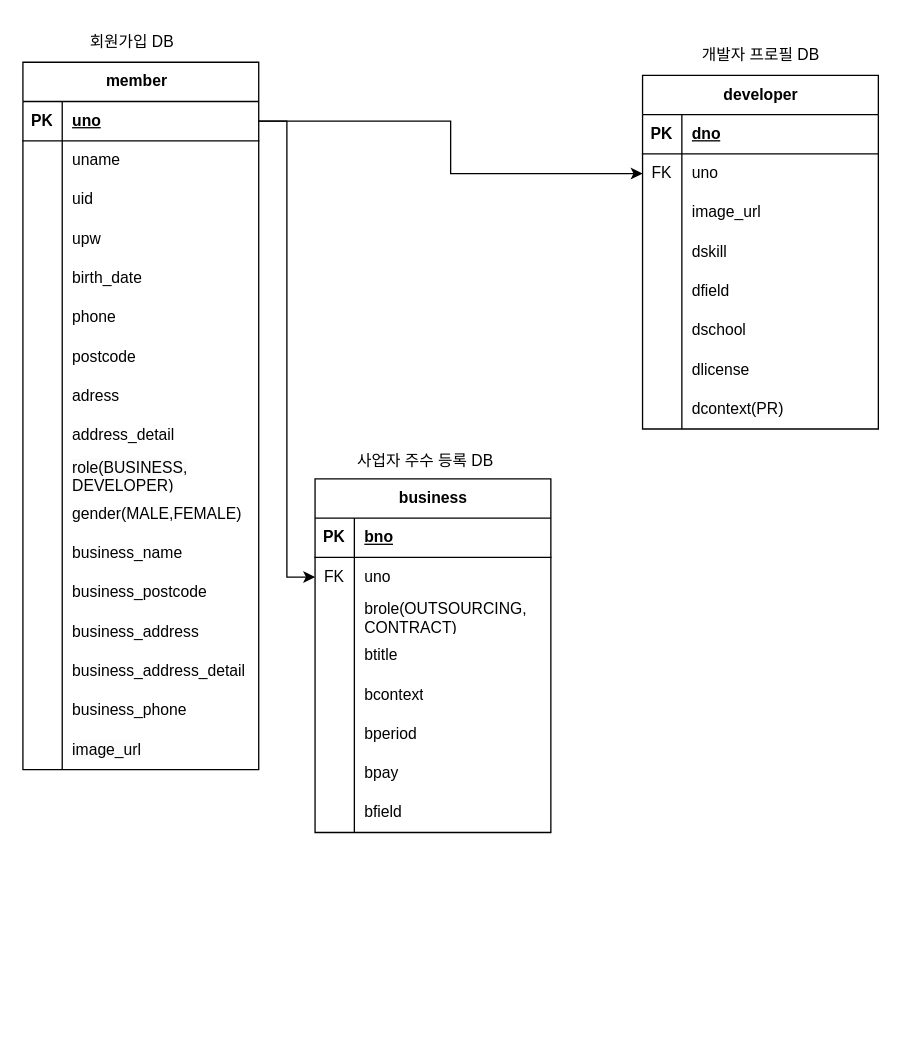
This is test.drawio from Heyjune3/ARCHITECTURE, a draw.io file, before an edit. Source tidied: cells renumbered, new cells numbered last; positions are measured from the earlier drawing's top-left corner, leaving out a move shared by most shapes. Both pictures are drawn from the tidied source at 131%, with x=0, y=0 at pixel (22, 22).
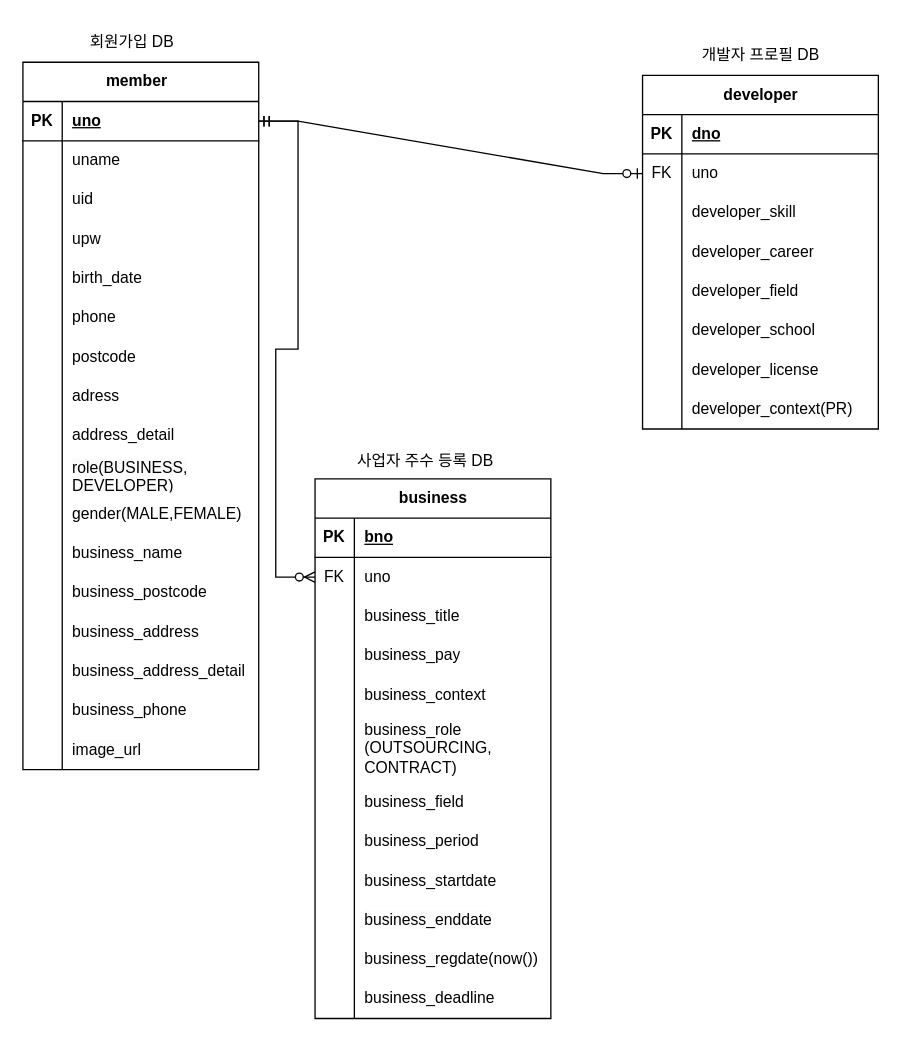
After the change.

The change refers to these unchanged cells:
```xml
<mxCell id="3" style="shape=tableRow;horizontal=0;startSize=0;swimlaneHead=0;swimlaneBody=0;fillColor=none;points=[[0,0.5],[1,0.5]];portConstraint=eastwest;top=0;left=0;right=0;bottom=1;" parent="2" vertex="1">
  <mxGeometry y="30" width="180" height="30" as="geometry" />
</mxCell>
<mxCell id="54" value="developer" style="shape=table;startSize=30;childLayout=tableLayout;rowLines=0;fontStyle=1;align=center;html=1;" parent="1" vertex="1">
  <mxGeometry x="473" y="40" width="180" height="270" as="geometry" />
</mxCell>
<mxCell id="58" style="shape=tableRow;horizontal=0;startSize=0;swimlaneHead=0;swimlaneBody=0;fillColor=none;points=[[0,0.5],[1,0.5]];portConstraint=eastwest;top=0;left=0;right=0;bottom=0;" parent="54" vertex="1">
  <mxGeometry y="60" width="180" height="30" as="geometry" />
</mxCell>
<mxCell id="67" style="shape=tableRow;horizontal=0;startSize=0;swimlaneHead=0;swimlaneBody=0;fillColor=none;top=0;left=0;right=0;bottom=0;" parent="54" vertex="1">
  <mxGeometry y="150" width="180" height="30" as="geometry" />
</mxCell>
<mxCell id="70" style="shape=tableRow;horizontal=0;startSize=0;swimlaneHead=0;swimlaneBody=0;fillColor=none;top=0;left=0;right=0;bottom=0;" parent="54" vertex="1">
  <mxGeometry y="180" width="180" height="30" as="geometry" />
</mxCell>
<mxCell id="73" style="shape=tableRow;horizontal=0;startSize=0;swimlaneHead=0;swimlaneBody=0;fillColor=none;top=0;left=0;right=0;bottom=0;" parent="54" vertex="1">
  <mxGeometry y="210" width="180" height="30" as="geometry" />
</mxCell>
<mxCell id="76" style="shape=tableRow;horizontal=0;startSize=0;swimlaneHead=0;swimlaneBody=0;fillColor=none;top=0;left=0;right=0;bottom=0;" parent="54" vertex="1">
  <mxGeometry y="240" width="180" height="30" as="geometry" />
</mxCell>
<mxCell id="83" style="shape=tableRow;horizontal=0;startSize=0;swimlaneHead=0;swimlaneBody=0;fillColor=none;points=[[0,0.5],[1,0.5]];portConstraint=eastwest;top=0;left=0;right=0;bottom=0;" parent="79" vertex="1">
  <mxGeometry y="60" width="180" height="30" as="geometry" />
</mxCell>
```

Diff of the diagram source:
```diff
@@
-    <mxCell id="61" style="shape=tableRow;horizontal=0;startSize=0;swimlaneHead=0;swimlaneBody=0;fillColor=none;top=0;left=0;right=0;bottom=0;" parent="54" vertex="1">
-      <mxGeometry y="90" width="180" height="30" as="geometry" />
-    </mxCell>
-    <mxCell id="62" style="shape=partialRectangle;fillColor=none;top=0;left=0;bottom=0;right=0;overflow=hidden;whiteSpace=wrap;html=1;" parent="61" vertex="1">
-      <mxGeometry width="30" height="30" as="geometry" />
-    </mxCell>
-    <mxCell id="63" value="image_url" style="shape=partialRectangle;fillColor=none;top=0;left=0;bottom=0;right=0;align=left;spacingLeft=6;overflow=hidden;whiteSpace=wrap;html=1;" parent="61" vertex="1">
-      <mxGeometry x="30" width="150" height="30" as="geometry" />
-    </mxCell>
     <mxCell id="64" style="shape=tableRow;horizontal=0;startSize=0;swimlaneHead=0;swimlaneBody=0;fillColor=none;top=0;left=0;right=0;bottom=0;" parent="54" vertex="1">
-      <mxGeometry y="120" width="180" height="30" as="geometry" />
+      <mxGeometry y="90" width="180" height="30" as="geometry" />
     </mxCell>
@@
-    <mxCell id="66" value="dskill" style="shape=partialRectangle;fillColor=none;top=0;left=0;bottom=0;right=0;align=left;spacingLeft=6;overflow=hidden;whiteSpace=wrap;html=1;" parent="64" vertex="1">
+    <mxCell id="66" value="developer_skill" style="shape=partialRectangle;fillColor=none;top=0;left=0;bottom=0;right=0;align=left;spacingLeft=6;overflow=hidden;whiteSpace=wrap;html=1;" parent="64" vertex="1">
       <mxGeometry x="30" width="150" height="30" as="geometry" />
     </mxCell>
+    <mxCell id="109" style="shape=tableRow;horizontal=0;startSize=0;swimlaneHead=0;swimlaneBody=0;fillColor=none;top=0;left=0;right=0;bottom=0;" parent="54" vertex="1">
+      <mxGeometry y="120" width="180" height="30" as="geometry" />
+    </mxCell>
+    <mxCell id="110" style="shape=partialRectangle;fillColor=none;top=0;left=0;bottom=0;right=0;overflow=hidden;whiteSpace=wrap;html=1;" parent="109" vertex="1">
+      <mxGeometry width="30" height="30" as="geometry" />
+    </mxCell>
+    <mxCell id="111" value="developer_career" style="shape=partialRectangle;fillColor=none;top=0;left=0;bottom=0;right=0;align=left;spacingLeft=6;overflow=hidden;whiteSpace=wrap;html=1;" parent="109" vertex="1">
+      <mxGeometry x="30" width="150" height="30" as="geometry" />
+    </mxCell>
@@
-    <mxCell id="69" value="dfield" style="shape=partialRectangle;fillColor=none;top=0;left=0;bottom=0;right=0;align=left;spacingLeft=6;overflow=hidden;whiteSpace=wrap;html=1;" parent="67" vertex="1">
+    <mxCell id="69" value="developer_field" style="shape=partialRectangle;fillColor=none;top=0;left=0;bottom=0;right=0;align=left;spacingLeft=6;overflow=hidden;whiteSpace=wrap;html=1;" parent="67" vertex="1">
       <mxGeometry x="30" width="150" height="30" as="geometry" />
     </mxCell>
@@
-    <mxCell id="72" value="dschool" style="shape=partialRectangle;fillColor=none;top=0;left=0;bottom=0;right=0;align=left;spacingLeft=6;overflow=hidden;whiteSpace=wrap;html=1;" parent="70" vertex="1">
+    <mxCell id="72" value="developer_school" style="shape=partialRectangle;fillColor=none;top=0;left=0;bottom=0;right=0;align=left;spacingLeft=6;overflow=hidden;whiteSpace=wrap;html=1;" parent="70" vertex="1">
       <mxGeometry x="30" width="150" height="30" as="geometry" />
     </mxCell>
@@
-    <mxCell id="75" value="dlicense" style="shape=partialRectangle;fillColor=none;top=0;left=0;bottom=0;right=0;align=left;spacingLeft=6;overflow=hidden;whiteSpace=wrap;html=1;" parent="73" vertex="1">
+    <mxCell id="75" value="developer_license" style="shape=partialRectangle;fillColor=none;top=0;left=0;bottom=0;right=0;align=left;spacingLeft=6;overflow=hidden;whiteSpace=wrap;html=1;" parent="73" vertex="1">
       <mxGeometry x="30" width="150" height="30" as="geometry" />
     </mxCell>
@@
-    <mxCell id="78" value="&lt;span style=&quot;color: rgb(0, 0, 0); font-family: Helvetica; font-size: 12px; font-style: normal; font-variant-ligatures: normal; font-variant-caps: normal; font-weight: 400; letter-spacing: normal; orphans: 2; text-align: left; text-indent: 0px; text-transform: none; widows: 2; word-spacing: 0px; -webkit-text-stroke-width: 0px; background-color: rgb(251, 251, 251); text-decoration-thickness: initial; text-decoration-style: initial; text-decoration-color: initial; float: none; display: inline !important;&quot;&gt;dcontext(PR)&lt;/span&gt;" style="shape=partialRectangle;fillColor=none;top=0;left=0;bottom=0;right=0;align=left;spacingLeft=6;overflow=hidden;whiteSpace=wrap;html=1;" parent="76" vertex="1">
+    <mxCell id="78" value="&lt;span style=&quot;color: rgb(0, 0, 0); font-family: Helvetica; font-size: 12px; font-style: normal; font-variant-ligatures: normal; font-variant-caps: normal; font-weight: 400; letter-spacing: normal; orphans: 2; text-align: left; text-indent: 0px; text-transform: none; widows: 2; word-spacing: 0px; -webkit-text-stroke-width: 0px; background-color: rgb(251, 251, 251); text-decoration-thickness: initial; text-decoration-style: initial; text-decoration-color: initial; float: none; display: inline !important;&quot;&gt;developer_context(PR)&lt;/span&gt;" style="shape=partialRectangle;fillColor=none;top=0;left=0;bottom=0;right=0;align=left;spacingLeft=6;overflow=hidden;whiteSpace=wrap;html=1;" parent="76" vertex="1">
       <mxGeometry x="30" width="150" height="30" as="geometry" />
     </mxCell>
     <mxCell id="79" value="business" style="shape=table;startSize=30;childLayout=tableLayout;rowLines=0;fontStyle=1;align=center;html=1;" parent="1" vertex="1">
-      <mxGeometry x="223" y="348" width="180" height="270" as="geometry" />
+      <mxGeometry x="223" y="348" width="180" height="412" as="geometry" />
     </mxCell>
@@
+    <mxCell id="89" style="shape=tableRow;horizontal=0;startSize=0;swimlaneHead=0;swimlaneBody=0;fillColor=none;top=0;left=0;right=0;bottom=0;" parent="79" vertex="1">
+      <mxGeometry y="90" width="180" height="30" as="geometry" />
+    </mxCell>
+    <mxCell id="90" style="shape=partialRectangle;fillColor=none;top=0;left=0;bottom=0;right=0;overflow=hidden;whiteSpace=wrap;html=1;" parent="89" vertex="1">
+      <mxGeometry width="30" height="30" as="geometry" />
+    </mxCell>
+    <mxCell id="91" value="business_title" style="shape=partialRectangle;fillColor=none;top=0;left=0;bottom=0;right=0;align=left;spacingLeft=6;overflow=hidden;whiteSpace=wrap;html=1;" parent="89" vertex="1">
+      <mxGeometry x="30" width="150" height="30" as="geometry" />
+    </mxCell>
+    <mxCell id="98" style="shape=tableRow;horizontal=0;startSize=0;swimlaneHead=0;swimlaneBody=0;fillColor=none;top=0;left=0;right=0;bottom=0;" parent="79" vertex="1">
+      <mxGeometry y="120" width="180" height="30" as="geometry" />
+    </mxCell>
+    <mxCell id="99" style="shape=partialRectangle;fillColor=none;top=0;left=0;bottom=0;right=0;overflow=hidden;whiteSpace=wrap;html=1;" parent="98" vertex="1">
+      <mxGeometry width="30" height="30" as="geometry" />
+    </mxCell>
+    <mxCell id="100" value="business_pay" style="shape=partialRectangle;fillColor=none;top=0;left=0;bottom=0;right=0;align=left;spacingLeft=6;overflow=hidden;whiteSpace=wrap;html=1;" parent="98" vertex="1">
+      <mxGeometry x="30" width="150" height="30" as="geometry" />
+    </mxCell>
+    <mxCell id="92" style="shape=tableRow;horizontal=0;startSize=0;swimlaneHead=0;swimlaneBody=0;fillColor=none;top=0;left=0;right=0;bottom=0;" parent="79" vertex="1">
+      <mxGeometry y="150" width="180" height="30" as="geometry" />
+    </mxCell>
+    <mxCell id="93" style="shape=partialRectangle;fillColor=none;top=0;left=0;bottom=0;right=0;overflow=hidden;whiteSpace=wrap;html=1;" parent="92" vertex="1">
+      <mxGeometry width="30" height="30" as="geometry" />
+    </mxCell>
+    <mxCell id="94" value="business_context" style="shape=partialRectangle;fillColor=none;top=0;left=0;bottom=0;right=0;align=left;spacingLeft=6;overflow=hidden;whiteSpace=wrap;html=1;" parent="92" vertex="1">
+      <mxGeometry x="30" width="150" height="30" as="geometry" />
+    </mxCell>
     <mxCell id="86" style="shape=tableRow;horizontal=0;startSize=0;swimlaneHead=0;swimlaneBody=0;fillColor=none;top=0;left=0;right=0;bottom=0;" parent="79" vertex="1">
-      <mxGeometry y="90" width="180" height="30" as="geometry" />
+      <mxGeometry y="180" width="180" height="52" as="geometry" />
     </mxCell>
     <mxCell id="87" style="shape=partialRectangle;fillColor=none;top=0;left=0;bottom=0;right=0;overflow=hidden;whiteSpace=wrap;html=1;" parent="86" vertex="1">
-      <mxGeometry width="30" height="30" as="geometry" />
+      <mxGeometry width="30" height="52" as="geometry" />
     </mxCell>
-    <mxCell id="88" value="brole(OUTSOURCING,&lt;br&gt;CONTRACT)" style="shape=partialRectangle;fillColor=none;top=0;left=0;bottom=0;right=0;align=left;spacingLeft=6;overflow=hidden;whiteSpace=wrap;html=1;" parent="86" vertex="1">
-      <mxGeometry x="30" width="150" height="30" as="geometry" />
+    <mxCell id="88" value="business_role&lt;br&gt;(OUTSOURCING,&lt;br&gt;CONTRACT)" style="shape=partialRectangle;fillColor=none;top=0;left=0;bottom=0;right=0;align=left;spacingLeft=6;overflow=hidden;whiteSpace=wrap;html=1;" parent="86" vertex="1">
+      <mxGeometry x="30" width="150" height="52" as="geometry" />
     </mxCell>
-    <mxCell id="89" style="shape=tableRow;horizontal=0;startSize=0;swimlaneHead=0;swimlaneBody=0;fillColor=none;top=0;left=0;right=0;bottom=0;" parent="79" vertex="1">
-      <mxGeometry y="120" width="180" height="30" as="geometry" />
-    </mxCell>
-    <mxCell id="90" style="shape=partialRectangle;fillColor=none;top=0;left=0;bottom=0;right=0;overflow=hidden;whiteSpace=wrap;html=1;" parent="89" vertex="1">
-      <mxGeometry width="30" height="30" as="geometry" />
-    </mxCell>
-    <mxCell id="91" value="btitle" style="shape=partialRectangle;fillColor=none;top=0;left=0;bottom=0;right=0;align=left;spacingLeft=6;overflow=hidden;whiteSpace=wrap;html=1;" parent="89" vertex="1">
-      <mxGeometry x="30" width="150" height="30" as="geometry" />
-    </mxCell>
-    <mxCell id="92" style="shape=tableRow;horizontal=0;startSize=0;swimlaneHead=0;swimlaneBody=0;fillColor=none;top=0;left=0;right=0;bottom=0;" parent="79" vertex="1">
-      <mxGeometry y="150" width="180" height="30" as="geometry" />
-    </mxCell>
-    <mxCell id="93" style="shape=partialRectangle;fillColor=none;top=0;left=0;bottom=0;right=0;overflow=hidden;whiteSpace=wrap;html=1;" parent="92" vertex="1">
-      <mxGeometry width="30" height="30" as="geometry" />
-    </mxCell>
-    <mxCell id="94" value="bcontext" style="shape=partialRectangle;fillColor=none;top=0;left=0;bottom=0;right=0;align=left;spacingLeft=6;overflow=hidden;whiteSpace=wrap;html=1;" parent="92" vertex="1">
-      <mxGeometry x="30" width="150" height="30" as="geometry" />
-    </mxCell>
+    <mxCell id="101" style="shape=tableRow;horizontal=0;startSize=0;swimlaneHead=0;swimlaneBody=0;fillColor=none;top=0;left=0;right=0;bottom=0;" parent="79" vertex="1">
+      <mxGeometry y="232" width="180" height="30" as="geometry" />
+    </mxCell>
+    <mxCell id="102" style="shape=partialRectangle;fillColor=none;top=0;left=0;bottom=0;right=0;overflow=hidden;whiteSpace=wrap;html=1;" parent="101" vertex="1">
+      <mxGeometry width="30" height="30" as="geometry" />
+    </mxCell>
+    <mxCell id="103" value="business_field" style="shape=partialRectangle;fillColor=none;top=0;left=0;bottom=0;right=0;align=left;spacingLeft=6;overflow=hidden;whiteSpace=wrap;html=1;" parent="101" vertex="1">
+      <mxGeometry x="30" width="150" height="30" as="geometry" />
+    </mxCell>
     <mxCell id="95" style="shape=tableRow;horizontal=0;startSize=0;swimlaneHead=0;swimlaneBody=0;fillColor=none;top=0;left=0;right=0;bottom=0;" parent="79" vertex="1">
-      <mxGeometry y="180" width="180" height="30" as="geometry" />
+      <mxGeometry y="262" width="180" height="30" as="geometry" />
     </mxCell>
@@
-    <mxCell id="97" value="bperiod" style="shape=partialRectangle;fillColor=none;top=0;left=0;bottom=0;right=0;align=left;spacingLeft=6;overflow=hidden;whiteSpace=wrap;html=1;" parent="95" vertex="1">
+    <mxCell id="97" value="business_period" style="shape=partialRectangle;fillColor=none;top=0;left=0;bottom=0;right=0;align=left;spacingLeft=6;overflow=hidden;whiteSpace=wrap;html=1;" parent="95" vertex="1">
       <mxGeometry x="30" width="150" height="30" as="geometry" />
     </mxCell>
-    <mxCell id="98" style="shape=tableRow;horizontal=0;startSize=0;swimlaneHead=0;swimlaneBody=0;fillColor=none;top=0;left=0;right=0;bottom=0;" parent="79" vertex="1">
-      <mxGeometry y="210" width="180" height="30" as="geometry" />
-    </mxCell>
-    <mxCell id="99" style="shape=partialRectangle;fillColor=none;top=0;left=0;bottom=0;right=0;overflow=hidden;whiteSpace=wrap;html=1;" parent="98" vertex="1">
-      <mxGeometry width="30" height="30" as="geometry" />
-    </mxCell>
-    <mxCell id="100" value="bpay" style="shape=partialRectangle;fillColor=none;top=0;left=0;bottom=0;right=0;align=left;spacingLeft=6;overflow=hidden;whiteSpace=wrap;html=1;" parent="98" vertex="1">
-      <mxGeometry x="30" width="150" height="30" as="geometry" />
-    </mxCell>
-    <mxCell id="101" style="shape=tableRow;horizontal=0;startSize=0;swimlaneHead=0;swimlaneBody=0;fillColor=none;top=0;left=0;right=0;bottom=0;" parent="79" vertex="1">
-      <mxGeometry y="240" width="180" height="30" as="geometry" />
-    </mxCell>
-    <mxCell id="102" style="shape=partialRectangle;fillColor=none;top=0;left=0;bottom=0;right=0;overflow=hidden;whiteSpace=wrap;html=1;" parent="101" vertex="1">
-      <mxGeometry width="30" height="30" as="geometry" />
-    </mxCell>
-    <mxCell id="103" value="bfield" style="shape=partialRectangle;fillColor=none;top=0;left=0;bottom=0;right=0;align=left;spacingLeft=6;overflow=hidden;whiteSpace=wrap;html=1;" parent="101" vertex="1">
-      <mxGeometry x="30" width="150" height="30" as="geometry" />
-    </mxCell>
-    <mxCell id="104" style="edgeStyle=orthogonalEdgeStyle;rounded=0;jettySize=auto;html=1;" parent="1" edge="1" source="3" target="58">
-      <mxGeometry relative="1" as="geometry" />
-    </mxCell>
-    <mxCell id="105" style="edgeStyle=orthogonalEdgeStyle;rounded=0;jettySize=auto;html=1;entryX=0;entryY=0.5;entryDx=0;entryDy=0;" parent="1" edge="1" source="3" target="83">
-      <mxGeometry relative="1" as="geometry" />
-    </mxCell>
+    <mxCell id="112" style="shape=tableRow;horizontal=0;startSize=0;swimlaneHead=0;swimlaneBody=0;fillColor=none;top=0;left=0;right=0;bottom=0;" parent="79" vertex="1">
+      <mxGeometry y="292" width="180" height="30" as="geometry" />
+    </mxCell>
+    <mxCell id="113" style="shape=partialRectangle;fillColor=none;top=0;left=0;bottom=0;right=0;overflow=hidden;whiteSpace=wrap;html=1;" parent="112" vertex="1">
+      <mxGeometry width="30" height="30" as="geometry" />
+    </mxCell>
+    <mxCell id="114" value="business_startdate" style="shape=partialRectangle;fillColor=none;top=0;left=0;bottom=0;right=0;align=left;spacingLeft=6;overflow=hidden;whiteSpace=wrap;html=1;" parent="112" vertex="1">
+      <mxGeometry x="30" width="150" height="30" as="geometry" />
+    </mxCell>
+    <mxCell id="115" style="shape=tableRow;horizontal=0;startSize=0;swimlaneHead=0;swimlaneBody=0;fillColor=none;top=0;left=0;right=0;bottom=0;" parent="79" vertex="1">
+      <mxGeometry y="322" width="180" height="30" as="geometry" />
+    </mxCell>
+    <mxCell id="116" style="shape=partialRectangle;fillColor=none;top=0;left=0;bottom=0;right=0;overflow=hidden;whiteSpace=wrap;html=1;" parent="115" vertex="1">
+      <mxGeometry width="30" height="30" as="geometry" />
+    </mxCell>
+    <mxCell id="117" value="&lt;span style=&quot;color: rgb(0, 0, 0); font-family: Helvetica; font-size: 12px; font-style: normal; font-variant-ligatures: normal; font-variant-caps: normal; font-weight: 400; letter-spacing: normal; orphans: 2; text-align: left; text-indent: 0px; text-transform: none; widows: 2; word-spacing: 0px; -webkit-text-stroke-width: 0px; background-color: rgb(251, 251, 251); text-decoration-thickness: initial; text-decoration-style: initial; text-decoration-color: initial; float: none; display: inline !important;&quot;&gt;business_enddate&lt;/span&gt;" style="shape=partialRectangle;fillColor=none;top=0;left=0;bottom=0;right=0;align=left;spacingLeft=6;overflow=hidden;whiteSpace=wrap;html=1;" parent="115" vertex="1">
+      <mxGeometry x="30" width="150" height="30" as="geometry" />
+    </mxCell>
+    <mxCell id="118" style="shape=tableRow;horizontal=0;startSize=0;swimlaneHead=0;swimlaneBody=0;fillColor=none;top=0;left=0;right=0;bottom=0;" parent="79" vertex="1">
+      <mxGeometry y="352" width="180" height="30" as="geometry" />
+    </mxCell>
+    <mxCell id="119" style="shape=partialRectangle;fillColor=none;top=0;left=0;bottom=0;right=0;overflow=hidden;whiteSpace=wrap;html=1;" parent="118" vertex="1">
+      <mxGeometry width="30" height="30" as="geometry" />
+    </mxCell>
+    <mxCell id="120" value="business_regdate(now())" style="shape=partialRectangle;fillColor=none;top=0;left=0;bottom=0;right=0;align=left;spacingLeft=6;overflow=hidden;whiteSpace=wrap;html=1;" parent="118" vertex="1">
+      <mxGeometry x="30" width="150" height="30" as="geometry" />
+    </mxCell>
+    <mxCell id="121" style="shape=tableRow;horizontal=0;startSize=0;swimlaneHead=0;swimlaneBody=0;fillColor=none;top=0;left=0;right=0;bottom=0;" parent="79" vertex="1">
+      <mxGeometry y="382" width="180" height="30" as="geometry" />
+    </mxCell>
+    <mxCell id="122" style="shape=partialRectangle;fillColor=none;top=0;left=0;bottom=0;right=0;overflow=hidden;whiteSpace=wrap;html=1;" parent="121" vertex="1">
+      <mxGeometry width="30" height="30" as="geometry" />
+    </mxCell>
+    <mxCell id="123" value="business_deadline" style="shape=partialRectangle;fillColor=none;top=0;left=0;bottom=0;right=0;align=left;spacingLeft=6;overflow=hidden;whiteSpace=wrap;html=1;" parent="121" vertex="1">
+      <mxGeometry x="30" width="150" height="30" as="geometry" />
+    </mxCell>
@@
+    <mxCell id="105" style="edgeStyle=entityRelationEdgeStyle;fontSize=12;html=1;endArrow=ERzeroToMany;startArrow=ERmandOne;rounded=0;exitX=1;exitY=0.5;exitDx=0;exitDy=0;entryX=0;entryY=0.5;entryDx=0;entryDy=0;" parent="1" edge="1" source="3" target="83">
+      <mxGeometry relative="1" as="geometry">
+        <Array as="points">
+          <mxPoint x="253" y="310" />
+        </Array>
+      </mxGeometry>
+    </mxCell>
+    <mxCell id="104" style="edgeStyle=entityRelationEdgeStyle;fontSize=12;html=1;endArrow=ERzeroToOne;startArrow=ERmandOne;rounded=0;exitX=1;exitY=0.5;exitDx=0;exitDy=0;entryX=0;entryY=0.5;entryDx=0;entryDy=0;" parent="1" edge="1" source="3" target="58">
+      <mxGeometry relative="1" as="geometry" />
+    </mxCell>
```
